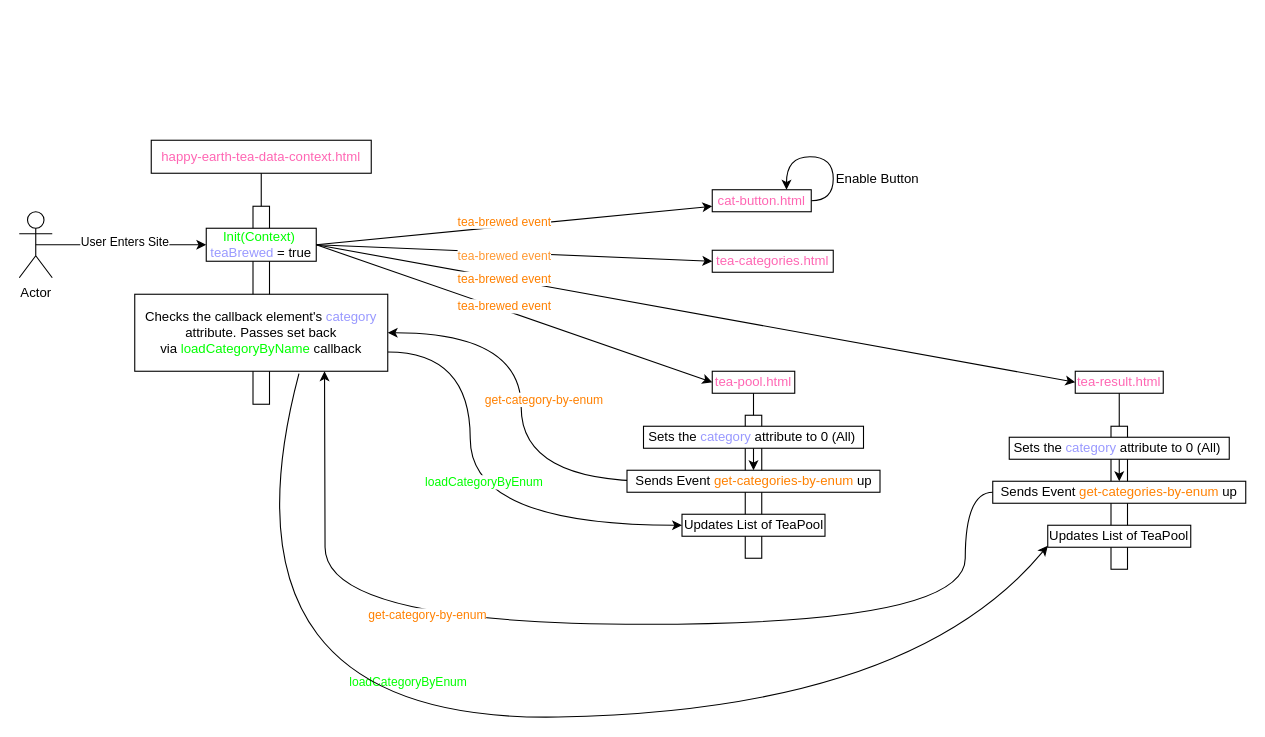
Peter-Kang/HappyEarthTeaPicker keeps this draw.io diagram as InitalizationDiagram.drawio. Above is the earlier version. Source tidied: cells renumbered, new cells numbered last; positions are measured from the earlier drawing's top-left corner, leaving out a move shared by most shapes. Both pictures are drawn from the tidied source at 110%, with x=0, y=0 at pixel (19, 140).
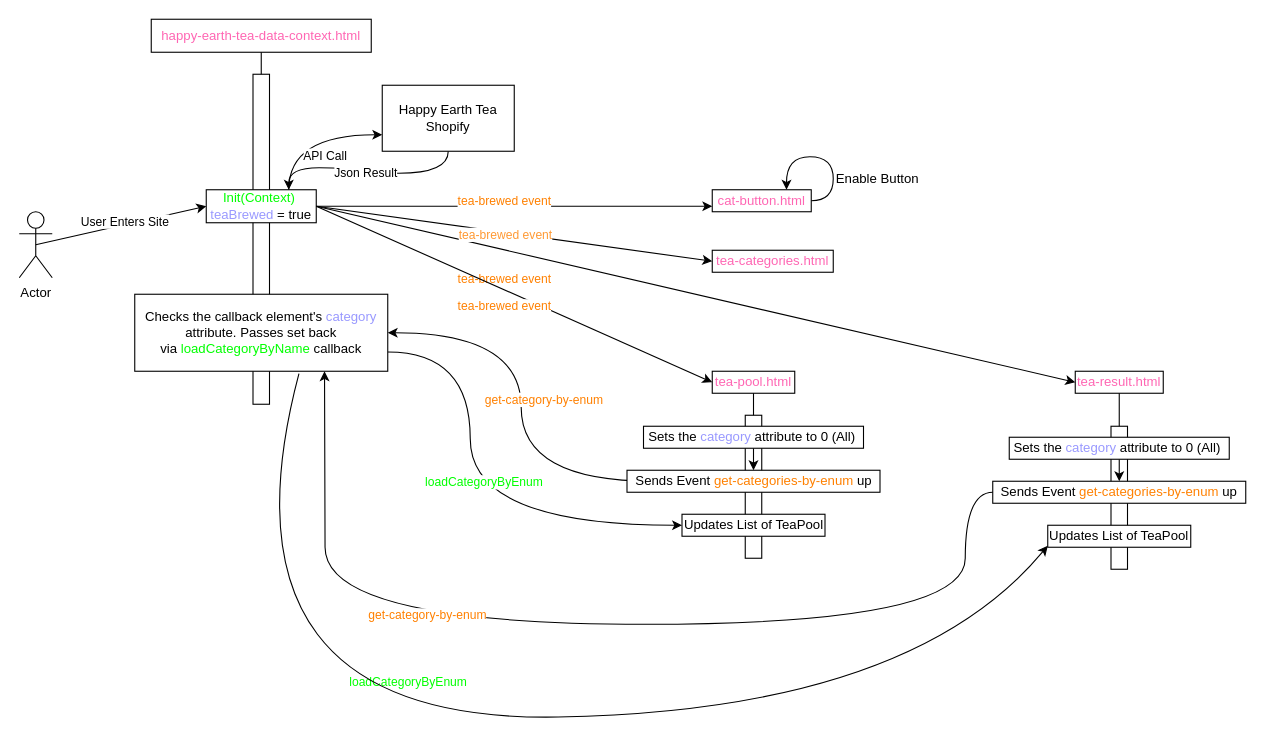
The same diagram, later.

Diff of the diagram source:
```diff
@@
     <mxCell id="3" value="&lt;font color=&quot;#ff66b3&quot;&gt;happy-earth-tea-data-context.html&lt;/font&gt;" style="rounded=0;whiteSpace=wrap;html=1;" parent="1" vertex="1">
-      <mxGeometry x="120" width="200" height="30" as="geometry" />
+      <mxGeometry x="120" y="-110" width="200" height="30" as="geometry" />
     </mxCell>
@@
     <mxCell id="12" style="rounded=0;whiteSpace=wrap;html=1;" parent="1" vertex="1">
-      <mxGeometry x="212.5" y="60" width="15" height="180" as="geometry" />
+      <mxGeometry x="212.5" y="-60" width="15" height="300" as="geometry" />
     </mxCell>
@@
+    <mxCell id="44" style="edgeStyle=orthogonalEdgeStyle;rounded=0;jettySize=auto;html=1;exitX=0.75;exitY=0;exitDx=0;exitDy=0;entryX=0;entryY=0.75;entryDx=0;entryDy=0;curved=1;" parent="1" edge="1" source="16" target="48">
+      <mxGeometry relative="1" as="geometry" />
+    </mxCell>
+    <mxCell id="45" value="API Call" style="edgeLabel;html=1;align=center;verticalAlign=middle;" parent="44" vertex="1">
+      <mxGeometry x="0.21" y="-18" relative="1" as="geometry" />
+    </mxCell>
     <mxCell id="16" value="&lt;font color=&quot;#00ff00&quot;&gt;Init(Context)&amp;nbsp;&lt;/font&gt; &lt;font color=&quot;#9999ff&quot;&gt;teaBrewed &lt;/font&gt;= true" style="rounded=0;whiteSpace=wrap;html=1;" parent="1" vertex="1">
-      <mxGeometry x="170" y="80" width="100" height="30" as="geometry" />
+      <mxGeometry x="170" y="45" width="100" height="30" as="geometry" />
     </mxCell>
@@
+    <mxCell id="46" style="edgeStyle=orthogonalEdgeStyle;rounded=0;jettySize=auto;html=1;exitX=0.5;exitY=1;exitDx=0;exitDy=0;entryX=0.75;entryY=0;entryDx=0;entryDy=0;curved=1;" parent="1" edge="1" source="48" target="16">
+      <mxGeometry relative="1" as="geometry" />
+    </mxCell>
+    <mxCell id="47" value="Json Result" style="edgeLabel;html=1;align=center;verticalAlign=middle;" parent="46" vertex="1">
+      <mxGeometry x="0.01" y="-1" relative="1" as="geometry" />
+    </mxCell>
+    <mxCell id="48" value="Happy Earth Tea Shopify" style="rounded=0;whiteSpace=wrap;html=1;" parent="1" vertex="1">
+      <mxGeometry x="330" y="-50" width="120" height="60" as="geometry" />
+    </mxCell>
```
